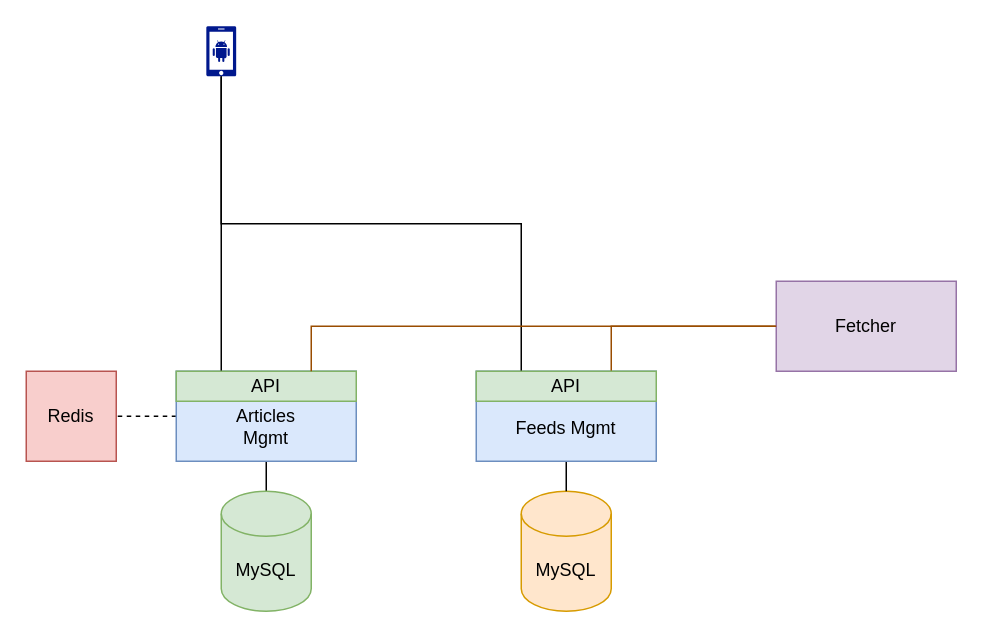
gustavooferreira/news-app-docs keeps this draw.io diagram as page "Logical diagram" (1 of 2) of images/src/diagrams.drawio. Above is the earlier version. Source tidied: cells renumbered, new cells numbered last; positions are measured from the earlier drawing's top-left corner, leaving out a move shared by most shapes. Both pictures are drawn from the tidied source at 150%, with x=0, y=0 at pixel (26, 26).
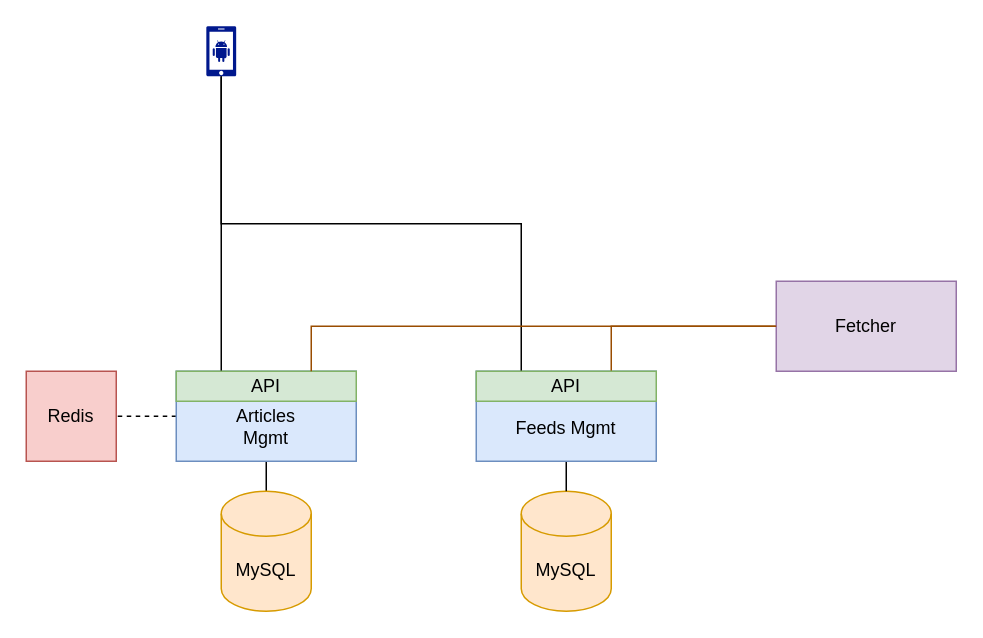
Above is the later version.

The edit, as a diff of the source:
```diff
@@
-    <mxCell id="6" value="MySQL" style="shape=cylinder3;whiteSpace=wrap;html=1;boundedLbl=1;backgroundOutline=1;size=15;fillColor=#d5e8d4;strokeColor=#82b366;" parent="1" vertex="1">
+    <mxCell id="6" value="MySQL" style="shape=cylinder3;whiteSpace=wrap;html=1;boundedLbl=1;backgroundOutline=1;size=15;fillColor=#ffe6cc;strokeColor=#d79b00;" parent="1" vertex="1">
       <mxGeometry x="130" y="310" width="60" height="80" as="geometry" />
     </mxCell>
```
